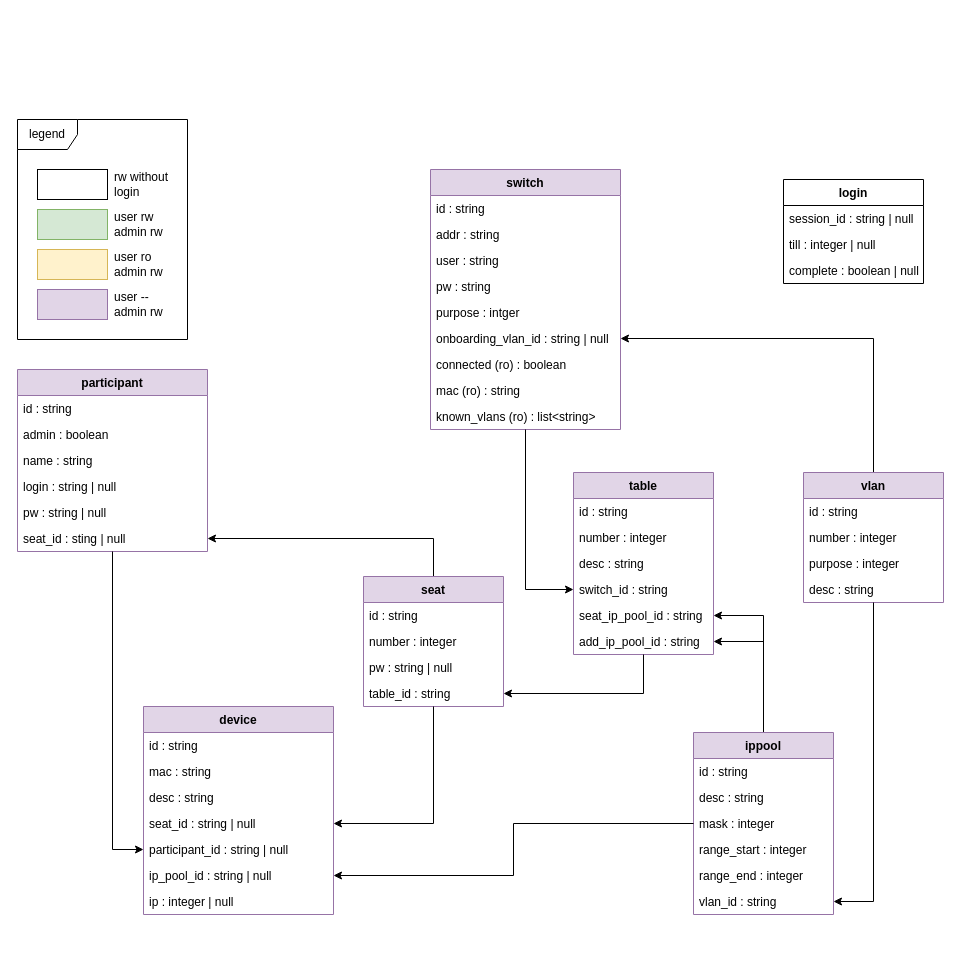
The draw.io diagram docs/api.drawio in nils-ost/LanPartyOnboardingSystem, before the edit. Source tidied: cells renumbered, new cells numbered last; positions are measured from the earlier drawing's top-left corner, leaving out a move shared by most shapes. Both pictures are drawn from the tidied source at 100%, with x=0, y=0 at pixel (17, 119).
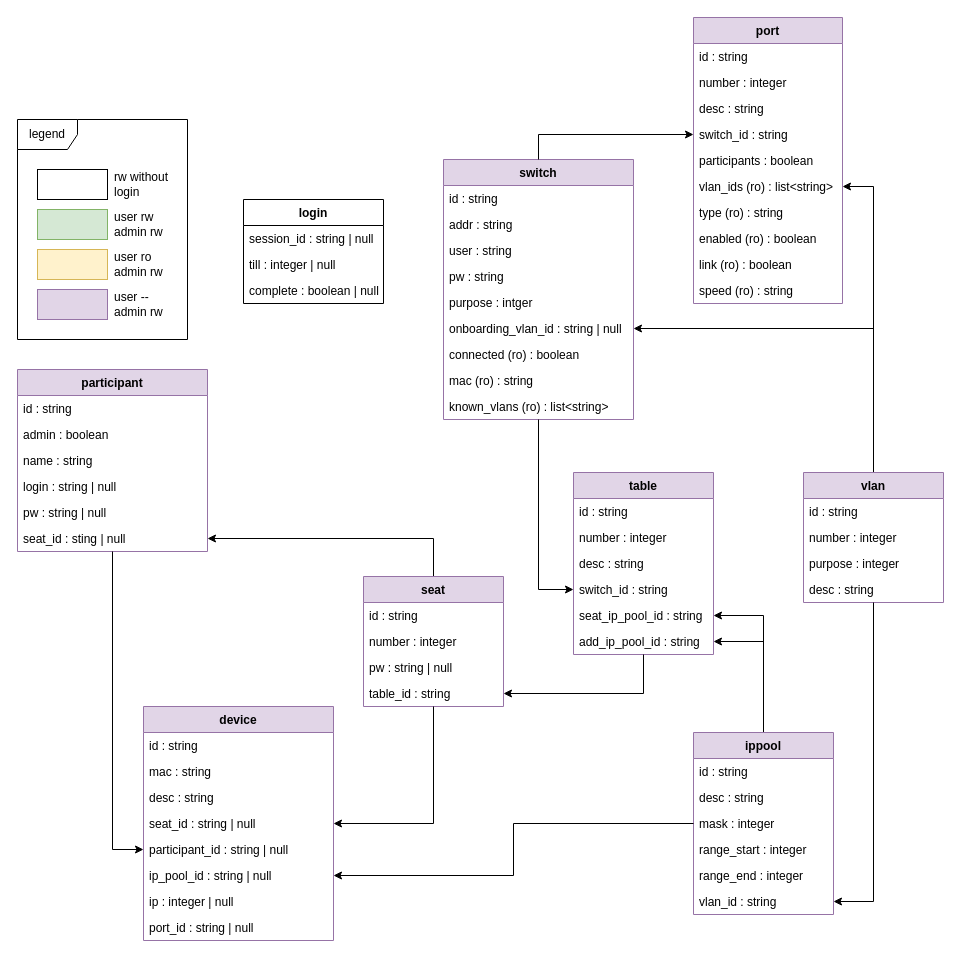
The same page after the edit.

The change refers to these unchanged cells:
```xml
<mxCell id="7" value="vlan" style="swimlane;fontStyle=1;horizontal=1;startSize=26;fillColor=#e1d5e7;strokeColor=#9673a6;" parent="1" vertex="1">
  <mxGeometry x="786" y="353" width="140" height="130" as="geometry" />
</mxCell>
```

The edit, as a diff of the source:
```diff
@@
     <mxCell id="2" value="login" style="swimlane;fontStyle=1;horizontal=1;startSize=26;fillColor=none;" parent="1" vertex="1">
-      <mxGeometry x="766" y="60" width="140" height="104" as="geometry" />
+      <mxGeometry x="226" y="80" width="140" height="104" as="geometry" />
     </mxCell>
@@
+    <mxCell id="71" style="edgeStyle=orthogonalEdgeStyle;rounded=0;jettySize=auto;html=1;" parent="1" edge="1" source="7" target="79">
+      <mxGeometry relative="1" as="geometry" />
+    </mxCell>
@@
     <mxCell id="29" value="switch" style="swimlane;fontStyle=1;horizontal=1;startSize=26;fillColor=#e1d5e7;strokeColor=#9673a6;" parent="1" vertex="1">
-      <mxGeometry x="413" y="50" width="190" height="260" as="geometry" />
+      <mxGeometry x="426" y="40" width="190" height="260" as="geometry" />
     </mxCell>
@@
     <mxCell id="54" value="device" style="swimlane;fontStyle=1;horizontal=1;startSize=26;fillColor=#e1d5e7;strokeColor=#9673a6;" parent="1" vertex="1">
-      <mxGeometry x="126" y="587" width="190" height="208" as="geometry" />
+      <mxGeometry x="126" y="587" width="190" height="234" as="geometry" />
     </mxCell>
@@
+    <mxCell id="72" value="port_id : string | null" style="text;strokeColor=none;fillColor=none;align=left;verticalAlign=top;spacingLeft=4;spacingRight=4;overflow=hidden;" parent="54" vertex="1">
+      <mxGeometry y="208" width="190" height="26" as="geometry" />
+    </mxCell>
@@
+    <mxCell id="73" value="port" style="swimlane;fontStyle=1;horizontal=1;startSize=26;fillColor=#e1d5e7;strokeColor=#9673a6;" parent="1" vertex="1">
+      <mxGeometry x="676" y="-102" width="149" height="286" as="geometry" />
+    </mxCell>
+    <mxCell id="74" value="id : string" style="text;strokeColor=none;fillColor=none;align=left;verticalAlign=top;spacingLeft=4;spacingRight=4;overflow=hidden;" parent="73" vertex="1">
+      <mxGeometry y="26" width="149" height="26" as="geometry" />
+    </mxCell>
+    <mxCell id="75" value="number : integer" style="text;strokeColor=none;fillColor=none;align=left;verticalAlign=top;spacingLeft=4;spacingRight=4;overflow=hidden;" parent="73" vertex="1">
+      <mxGeometry y="52" width="149" height="26" as="geometry" />
+    </mxCell>
+    <mxCell id="76" value="desc : string" style="text;strokeColor=none;fillColor=none;align=left;verticalAlign=top;spacingLeft=4;spacingRight=4;overflow=hidden;" parent="73" vertex="1">
+      <mxGeometry y="78" width="149" height="26" as="geometry" />
+    </mxCell>
+    <mxCell id="77" value="switch_id : string" style="text;strokeColor=none;fillColor=none;align=left;verticalAlign=top;spacingLeft=4;spacingRight=4;overflow=hidden;points=[[0,0.5],[1,0.5]];portConstraint=eastwest;" parent="73" vertex="1">
+      <mxGeometry y="104" width="149" height="26" as="geometry" />
+    </mxCell>
+    <mxCell id="78" value="participants : boolean" style="text;strokeColor=none;fillColor=none;align=left;verticalAlign=top;spacingLeft=4;spacingRight=4;overflow=hidden;" parent="73" vertex="1">
+      <mxGeometry y="130" width="149" height="26" as="geometry" />
+    </mxCell>
+    <mxCell id="79" value="vlan_ids (ro) : list&lt;string&gt;" style="text;strokeColor=none;fillColor=none;align=left;verticalAlign=top;spacingLeft=4;spacingRight=4;overflow=hidden;points=[[0,0.5],[1,0.5]];portConstraint=eastwest;" parent="73" vertex="1">
+      <mxGeometry y="156" width="149" height="26" as="geometry" />
+    </mxCell>
+    <mxCell id="80" value="type (ro) : string" style="text;strokeColor=none;fillColor=none;align=left;verticalAlign=top;spacingLeft=4;spacingRight=4;overflow=hidden;" parent="73" vertex="1">
+      <mxGeometry y="182" width="149" height="26" as="geometry" />
+    </mxCell>
+    <mxCell id="81" value="enabled (ro) : boolean" style="text;strokeColor=none;fillColor=none;align=left;verticalAlign=top;spacingLeft=4;spacingRight=4;overflow=hidden;" parent="73" vertex="1">
+      <mxGeometry y="208" width="149" height="26" as="geometry" />
+    </mxCell>
+    <mxCell id="82" value="link (ro) : boolean" style="text;strokeColor=none;fillColor=none;align=left;verticalAlign=top;spacingLeft=4;spacingRight=4;overflow=hidden;" parent="73" vertex="1">
+      <mxGeometry y="234" width="149" height="26" as="geometry" />
+    </mxCell>
+    <mxCell id="83" value="speed (ro) : string" style="text;strokeColor=none;fillColor=none;align=left;verticalAlign=top;spacingLeft=4;spacingRight=4;overflow=hidden;" parent="73" vertex="1">
+      <mxGeometry y="260" width="149" height="26" as="geometry" />
+    </mxCell>
+    <mxCell id="84" style="edgeStyle=orthogonalEdgeStyle;rounded=0;jettySize=auto;html=1;" parent="1" edge="1" source="29" target="77">
+      <mxGeometry relative="1" as="geometry" />
+    </mxCell>
```
